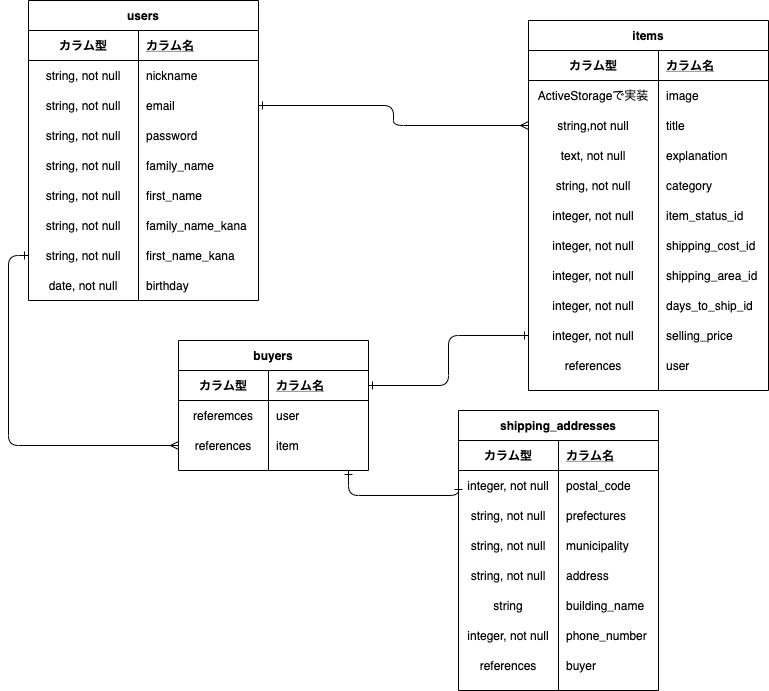
Before: furima-31109.drawio.png, a diagram exported from draw.io (kumazakiz/furima-31109). Source tidied: cells renumbered, new cells last; positions are measured from the earlier drawing's top-left corner, leaving out a move shared by most shapes.
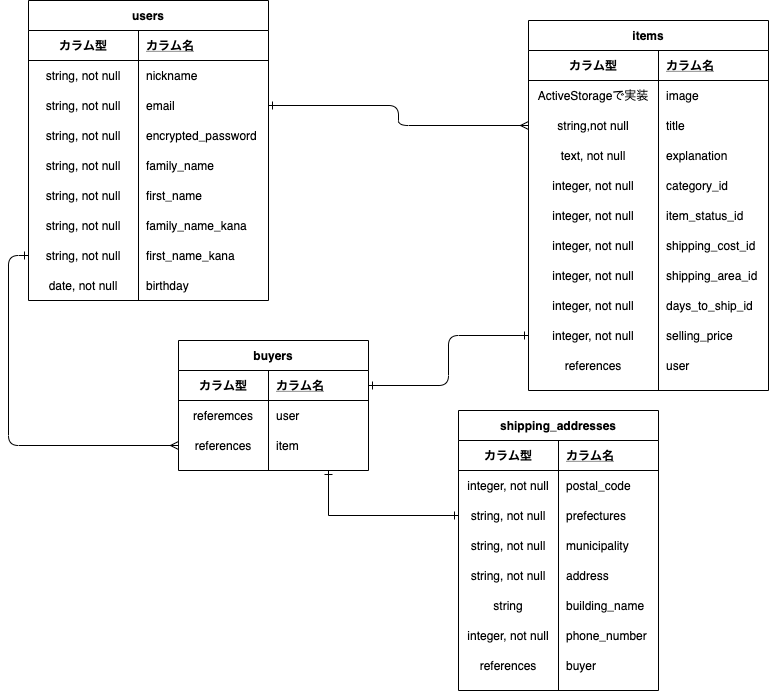
The same diagram one commit later.

Commit message:
ER図・READEMEの修正(3)

Diff of the diagram source:
```diff
@@ -47,10 +47,10 @@
     <mxCell id="16" style="shape=partialRectangle;fillColor=none;top=0;left=0;bottom=0;right=0;" parent="3" vertex="1">
       <mxGeometry y="150" width="240" height="30" as="geometry" />
     </mxCell>
-    <mxCell id="17" value="string, not null" style="shape=partialRectangle;fillColor=none;top=0;left=0;bottom=0;right=0;overflow=hidden;" parent="16" vertex="1">
+    <mxCell id="17" value="integer, not null" style="shape=partialRectangle;fillColor=none;top=0;left=0;bottom=0;right=0;overflow=hidden;" parent="16" vertex="1">
       <mxGeometry width="130" height="30" as="geometry" />
     </mxCell>
-    <mxCell id="18" value="category" style="shape=partialRectangle;fillColor=none;top=0;left=0;bottom=0;right=0;align=left;spacingLeft=6;overflow=hidden;" parent="16" vertex="1">
+    <mxCell id="18" value="category_id" style="shape=partialRectangle;fillColor=none;top=0;left=0;bottom=0;right=0;align=left;spacingLeft=6;overflow=hidden;" parent="16" vertex="1">
       <mxGeometry x="130" width="110" height="30" as="geometry" />
     </mxCell>
     <mxCell id="19" style="shape=partialRectangle;fillColor=none;top=0;left=0;bottom=0;right=0;" parent="3" vertex="1">
@@ -143,98 +143,89 @@
     <mxCell id="48" style="edgeStyle=orthogonalEdgeStyle;curved=0;rounded=1;sketch=0;jettySize=auto;html=1;exitX=0;exitY=0.5;exitDx=0;exitDy=0;startArrow=ERone;startFill=0;endArrow=ERmany;endFill=0;" parent="1" edge="1" source="72" target="44">
       <mxGeometry relative="1" as="geometry" />
     </mxCell>
-    <mxCell id="49" style="edgeStyle=orthogonalEdgeStyle;curved=0;rounded=1;sketch=0;jettySize=auto;html=1;exitX=0;exitY=0.5;exitDx=0;exitDy=0;startArrow=ERone;startFill=0;endArrow=ERone;endFill=0;" parent="1" edge="1" source="82">
-      <mxGeometry relative="1" as="geometry">
-        <mxPoint x="320" y="470" as="targetPoint" />
-        <Array as="points">
-          <mxPoint x="320" y="495" />
-          <mxPoint x="320" y="470" />
-        </Array>
-      </mxGeometry>
-    </mxCell>
     <mxCell id="50" value="users" style="shape=table;startSize=30;rowLines=0;fontStyle=1;align=center;rounded=0;sketch=0;" parent="1" vertex="1">
-      <mxGeometry width="230" height="300" as="geometry" />
+      <mxGeometry width="240" height="300" as="geometry" />
     </mxCell>
     <mxCell id="51" style="shape=partialRectangle;fillColor=none;top=0;left=0;bottom=1;right=0;" parent="50" vertex="1">
-      <mxGeometry y="30" width="230" height="30" as="geometry" />
+      <mxGeometry y="30" width="240" height="30" as="geometry" />
     </mxCell>
     <mxCell id="52" value="カラム型" style="shape=partialRectangle;fillColor=none;top=0;left=0;bottom=0;right=0;fontStyle=1;overflow=hidden;" parent="51" vertex="1">
       <mxGeometry width="110" height="30" as="geometry" />
     </mxCell>
     <mxCell id="53" value="カラム名" style="shape=partialRectangle;fillColor=none;top=0;left=0;bottom=0;right=0;align=left;spacingLeft=6;fontStyle=5;overflow=hidden;" parent="51" vertex="1">
-      <mxGeometry x="110" width="120" height="30" as="geometry" />
+      <mxGeometry x="110" width="130" height="30" as="geometry" />
     </mxCell>
     <mxCell id="54" style="shape=partialRectangle;fillColor=none;top=0;left=0;bottom=0;right=0;" parent="50" vertex="1">
-      <mxGeometry y="60" width="230" height="30" as="geometry" />
+      <mxGeometry y="60" width="240" height="30" as="geometry" />
     </mxCell>
     <mxCell id="55" value="string, not null" style="shape=partialRectangle;fillColor=none;top=0;left=0;bottom=0;right=0;overflow=hidden;" parent="54" vertex="1">
       <mxGeometry width="110" height="30" as="geometry" />
     </mxCell>
     <mxCell id="56" value="nickname" style="shape=partialRectangle;fillColor=none;top=0;left=0;bottom=0;right=0;align=left;spacingLeft=6;overflow=hidden;" parent="54" vertex="1">
-      <mxGeometry x="110" width="120" height="30" as="geometry" />
+      <mxGeometry x="110" width="130" height="30" as="geometry" />
     </mxCell>
     <mxCell id="57" style="shape=partialRectangle;fillColor=none;top=0;left=0;bottom=0;right=0;points=[[0,0.5],[1,0.5]];portConstraint=eastwest;" parent="50" vertex="1">
-      <mxGeometry y="90" width="230" height="30" as="geometry" />
+      <mxGeometry y="90" width="240" height="30" as="geometry" />
     </mxCell>
     <mxCell id="58" value="string, not null" style="shape=partialRectangle;fillColor=none;top=0;left=0;bottom=0;right=0;overflow=hidden;" parent="57" vertex="1">
       <mxGeometry width="110" height="30" as="geometry" />
     </mxCell>
     <mxCell id="59" value="email" style="shape=partialRectangle;fillColor=none;top=0;left=0;bottom=0;right=0;align=left;spacingLeft=6;overflow=hidden;" parent="57" vertex="1">
-      <mxGeometry x="110" width="120" height="30" as="geometry" />
+      <mxGeometry x="110" width="130" height="30" as="geometry" />
     </mxCell>
     <mxCell id="60" style="shape=partialRectangle;fillColor=none;top=0;left=0;bottom=0;right=0;" parent="50" vertex="1">
-      <mxGeometry y="120" width="230" height="30" as="geometry" />
+      <mxGeometry y="120" width="240" height="30" as="geometry" />
     </mxCell>
     <mxCell id="61" value="string, not null" style="shape=partialRectangle;fillColor=none;top=0;left=0;bottom=0;right=0;overflow=hidden;" parent="60" vertex="1">
       <mxGeometry width="110" height="30" as="geometry" />
     </mxCell>
-    <mxCell id="62" value="password" style="shape=partialRectangle;fillColor=none;top=0;left=0;bottom=0;right=0;align=left;spacingLeft=6;overflow=hidden;" parent="60" vertex="1">
-      <mxGeometry x="110" width="120" height="30" as="geometry" />
+    <mxCell id="62" value="encrypted_password" style="shape=partialRectangle;fillColor=none;top=0;left=0;bottom=0;right=0;align=left;spacingLeft=6;overflow=hidden;" parent="60" vertex="1">
+      <mxGeometry x="110" width="130" height="30" as="geometry" />
     </mxCell>
     <mxCell id="63" style="shape=partialRectangle;fillColor=none;top=0;left=0;bottom=0;right=0;" parent="50" vertex="1">
-      <mxGeometry y="150" width="230" height="30" as="geometry" />
+      <mxGeometry y="150" width="240" height="30" as="geometry" />
     </mxCell>
     <mxCell id="64" value="string, not null" style="shape=partialRectangle;fillColor=none;top=0;left=0;bottom=0;right=0;overflow=hidden;" parent="63" vertex="1">
       <mxGeometry width="110" height="30" as="geometry" />
     </mxCell>
     <mxCell id="65" value="family_name" style="shape=partialRectangle;fillColor=none;top=0;left=0;bottom=0;right=0;align=left;spacingLeft=6;overflow=hidden;" parent="63" vertex="1">
-      <mxGeometry x="110" width="120" height="30" as="geometry" />
+      <mxGeometry x="110" width="130" height="30" as="geometry" />
     </mxCell>
     <mxCell id="66" style="shape=partialRectangle;fillColor=none;top=0;left=0;bottom=0;right=0;" parent="50" vertex="1">
-      <mxGeometry y="180" width="230" height="30" as="geometry" />
+      <mxGeometry y="180" width="240" height="30" as="geometry" />
     </mxCell>
     <mxCell id="67" value="string, not null" style="shape=partialRectangle;fillColor=none;top=0;left=0;bottom=0;right=0;overflow=hidden;" parent="66" vertex="1">
       <mxGeometry width="110" height="30" as="geometry" />
     </mxCell>
     <mxCell id="68" value="first_name" style="shape=partialRectangle;fillColor=none;top=0;left=0;bottom=0;right=0;align=left;spacingLeft=6;overflow=hidden;" parent="66" vertex="1">
-      <mxGeometry x="110" width="120" height="30" as="geometry" />
+      <mxGeometry x="110" width="130" height="30" as="geometry" />
     </mxCell>
     <mxCell id="69" style="shape=partialRectangle;fillColor=none;top=0;left=0;bottom=0;right=0;" parent="50" vertex="1">
-      <mxGeometry y="210" width="230" height="30" as="geometry" />
+      <mxGeometry y="210" width="240" height="30" as="geometry" />
     </mxCell>
     <mxCell id="70" value="string, not null" style="shape=partialRectangle;fillColor=none;top=0;left=0;bottom=0;right=0;overflow=hidden;" parent="69" vertex="1">
       <mxGeometry width="110" height="30" as="geometry" />
     </mxCell>
     <mxCell id="71" value="family_name_kana" style="shape=partialRectangle;fillColor=none;top=0;left=0;bottom=0;right=0;align=left;spacingLeft=6;overflow=hidden;" parent="69" vertex="1">
-      <mxGeometry x="110" width="120" height="30" as="geometry" />
+      <mxGeometry x="110" width="130" height="30" as="geometry" />
     </mxCell>
     <mxCell id="72" style="shape=partialRectangle;fillColor=none;top=0;left=0;bottom=0;right=0;points=[[0,0.5],[1,0.5]];portConstraint=eastwest;" parent="50" vertex="1">
-      <mxGeometry y="240" width="230" height="30" as="geometry" />
+      <mxGeometry y="240" width="240" height="30" as="geometry" />
     </mxCell>
     <mxCell id="73" value="string, not null" style="shape=partialRectangle;fillColor=none;top=0;left=0;bottom=0;right=0;overflow=hidden;" parent="72" vertex="1">
       <mxGeometry width="110" height="30" as="geometry" />
     </mxCell>
     <mxCell id="74" value="first_name_kana" style="shape=partialRectangle;fillColor=none;top=0;left=0;bottom=0;right=0;align=left;spacingLeft=6;overflow=hidden;" parent="72" vertex="1">
-      <mxGeometry x="110" width="120" height="30" as="geometry" />
+      <mxGeometry x="110" width="130" height="30" as="geometry" />
     </mxCell>
     <mxCell id="75" style="shape=partialRectangle;fillColor=none;top=0;left=0;bottom=0;right=0;" parent="50" vertex="1">
-      <mxGeometry y="270" width="230" height="30" as="geometry" />
+      <mxGeometry y="270" width="240" height="30" as="geometry" />
     </mxCell>
     <mxCell id="76" value="date, not null" style="shape=partialRectangle;fillColor=none;top=0;left=0;bottom=0;right=0;overflow=hidden;" parent="75" vertex="1">
       <mxGeometry width="110" height="30" as="geometry" />
     </mxCell>
     <mxCell id="77" value="birthday" style="shape=partialRectangle;fillColor=none;top=0;left=0;bottom=0;right=0;align=left;spacingLeft=6;overflow=hidden;" parent="75" vertex="1">
-      <mxGeometry x="110" width="120" height="30" as="geometry" />
+      <mxGeometry x="110" width="130" height="30" as="geometry" />
     </mxCell>
     <mxCell id="78" value="shipping_addresses" style="shape=table;startSize=30;rowLines=0;fontStyle=1;align=center;rounded=0;sketch=0;" parent="1" vertex="1">
       <mxGeometry x="430" y="410" width="200" height="280" as="geometry" />
@@ -311,5 +302,10 @@
     <mxCell id="102" value="buyer" style="shape=partialRectangle;fillColor=none;top=0;left=0;bottom=0;right=0;align=left;spacingLeft=6;overflow=hidden;" parent="100" vertex="1">
       <mxGeometry x="100" width="100" height="30" as="geometry" />
     </mxCell>
+    <mxCell id="103" style="edgeStyle=orthogonalEdgeStyle;rounded=0;jettySize=auto;html=1;exitX=0;exitY=0.5;exitDx=0;exitDy=0;startArrow=ERone;startFill=0;endArrow=ERone;endFill=0;" parent="1" edge="1" source="85">
+      <mxGeometry relative="1" as="geometry">
+        <mxPoint x="300" y="470" as="targetPoint" />
+      </mxGeometry>
+    </mxCell>
   </root>
 </mxGraphModel>
```
